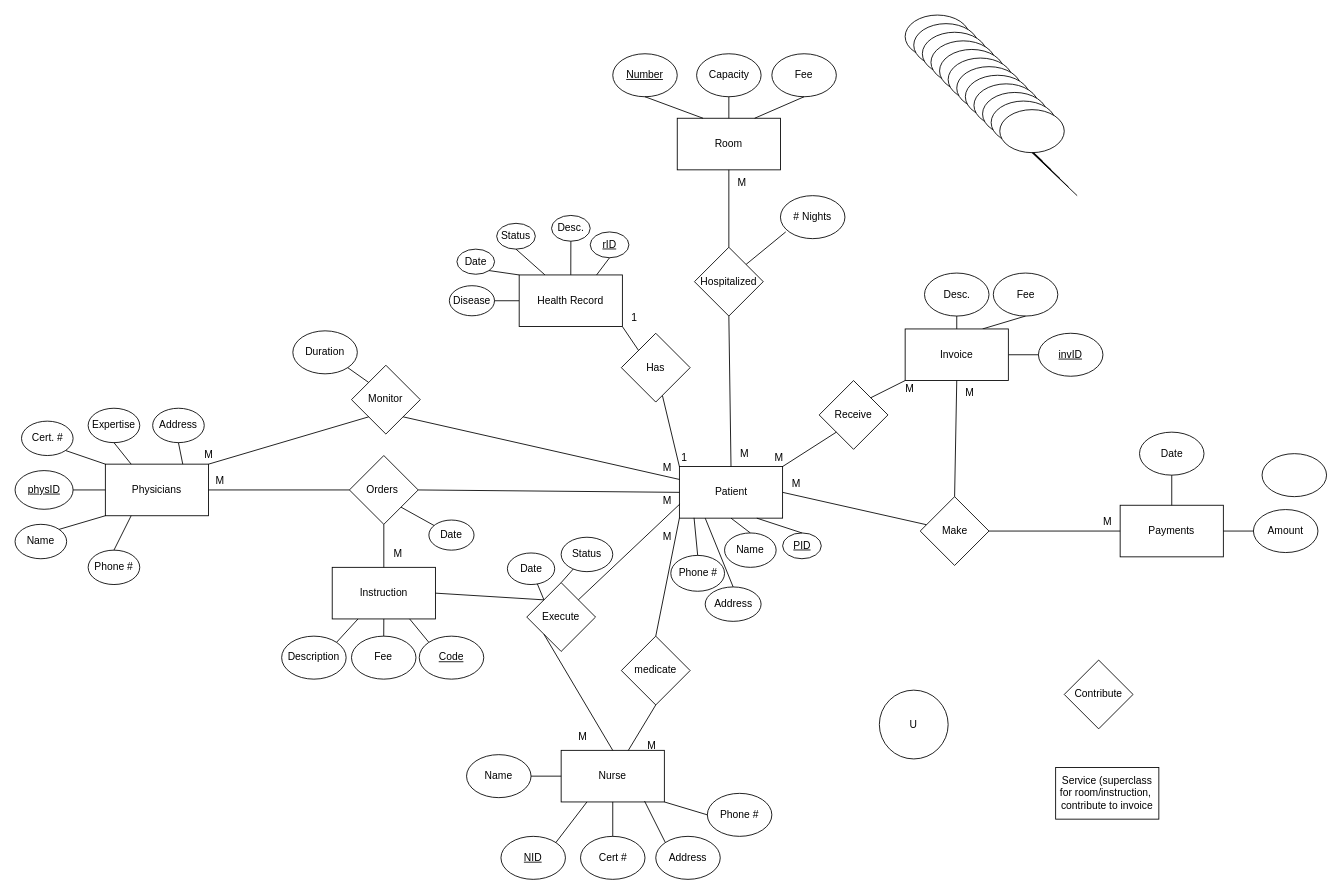
Before: Diagrams/finalERD.drawio in RPetrov453/cs480FinalProject, a draw.io diagram. Source tidied: cells renumbered, new cells numbered last; positions are measured from the earlier drawing's top-left corner, leaving out a move shared by most shapes. Both pictures are drawn from the tidied source at 86%, with x=0, y=0 at pixel (15, 15).
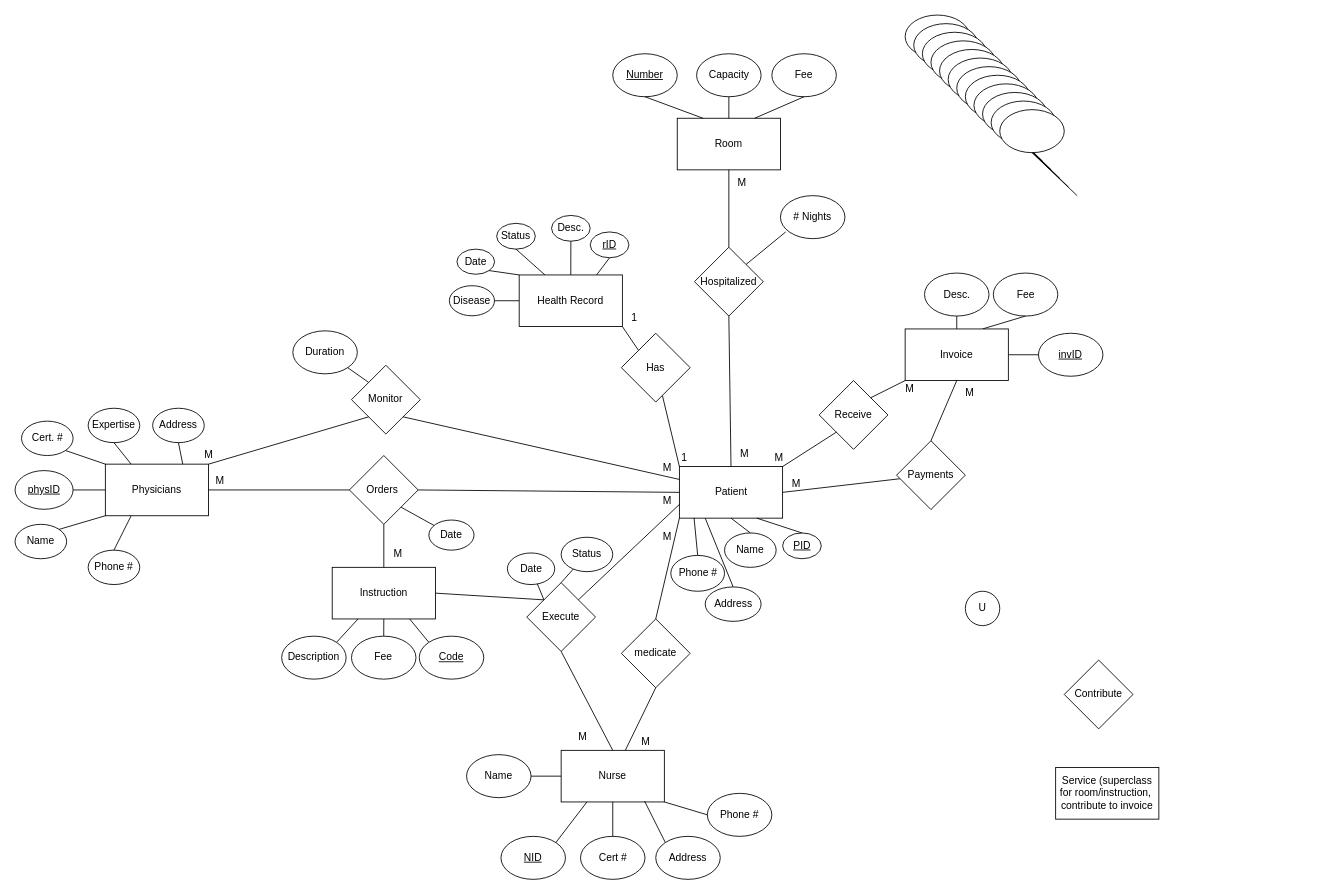
The same diagram, later.

Commit message (it also covers changes not shown here):
ERD just needs invoices tied to room/instruction, starting SQL table creation

Unchanged cells that the change refers to:
```xml
<mxCell id="7" value="Nurse" style="rounded=0;whiteSpace=wrap;html=1;" parent="1" vertex="1">
  <mxGeometry x="635" y="855" width="120" height="60" as="geometry" />
</mxCell>
<mxCell id="143" value="Execute" style="rhombus;whiteSpace=wrap;html=1;" parent="1" vertex="1">
  <mxGeometry x="595" y="660" width="80" height="80" as="geometry" />
</mxCell>
```

Diff of the diagram source:
```diff
@@
-    <mxCell id="5" value="Payments" style="rounded=0;whiteSpace=wrap;html=1;" parent="1" vertex="1">
-      <mxGeometry x="1285" y="570" width="120" height="60" as="geometry" />
-    </mxCell>
@@
-    <mxCell id="11" style="ellipse;whiteSpace=wrap;html=1;" parent="1" vertex="1">
-      <mxGeometry x="1450" y="510" width="75" height="50" as="geometry" />
-    </mxCell>
@@
-    <mxCell id="75" value="Date" style="ellipse;whiteSpace=wrap;html=1;" parent="1" vertex="1">
-      <mxGeometry x="1307.5" y="485" width="75" height="50" as="geometry" />
-    </mxCell>
-    <mxCell id="76" style="endArrow=none;html=1;rounded=0;entryX=0.5;entryY=1;entryDx=0;entryDy=0;exitX=0.5;exitY=0;exitDx=0;exitDy=0;" parent="1" edge="1" source="5" target="75">
-      <mxGeometry relative="1" as="geometry" />
-    </mxCell>
@@
-    <mxCell id="81" value="Amount" style="ellipse;whiteSpace=wrap;html=1;" parent="1" vertex="1">
-      <mxGeometry x="1440" y="575" width="75" height="50" as="geometry" />
-    </mxCell>
-    <mxCell id="82" style="endArrow=none;html=1;rounded=0;entryX=0;entryY=0.5;entryDx=0;entryDy=0;exitX=1;exitY=0.5;exitDx=0;exitDy=0;" parent="1" edge="1" source="5" target="81">
-      <mxGeometry relative="1" as="geometry" />
-    </mxCell>
@@
-    <mxCell id="107" value="Make" style="rhombus;whiteSpace=wrap;html=1;" parent="1" vertex="1">
-      <mxGeometry x="1052.5" y="560" width="80" height="80" as="geometry" />
+    <mxCell id="107" value="Payments" style="rhombus;whiteSpace=wrap;html=1;" parent="1" vertex="1">
+      <mxGeometry x="1025" y="495" width="80" height="80" as="geometry" />
     </mxCell>
-    <mxCell id="108" style="endArrow=none;html=1;rounded=0;entryX=1;entryY=0.5;entryDx=0;entryDy=0;exitX=0;exitY=0.5;exitDx=0;exitDy=0;" parent="1" edge="1" source="5" target="107">
-      <mxGeometry relative="1" as="geometry" />
-    </mxCell>
@@
-    <mxCell id="110" value="M" style="text;html=1;align=center;verticalAlign=middle;strokeColor=none;fillColor=none;" parent="1" vertex="1">
-      <mxGeometry x="1255" y="575" width="30" height="30" as="geometry" />
-    </mxCell>
@@
     <mxCell id="137" value="medicate" style="rhombus;whiteSpace=wrap;html=1;" parent="1" vertex="1">
-      <mxGeometry x="705" y="722.2" width="80" height="80" as="geometry" />
+      <mxGeometry x="705" y="702.2" width="80" height="80" as="geometry" />
     </mxCell>
@@
     <mxCell id="142" value="U" style="ellipse;whiteSpace=wrap;html=1;" parent="1" vertex="1">
-      <mxGeometry x="1005" y="785" width="80" height="80" as="geometry" />
+      <mxGeometry x="1105" y="670" width="40" height="40" as="geometry" />
     </mxCell>
@@
-    <mxCell id="144" style="endArrow=none;html=1;rounded=0;exitX=0.5;exitY=0;exitDx=0;exitDy=0;entryX=0;entryY=1;entryDx=0;entryDy=0;" parent="1" edge="1" source="7" target="143">
+    <mxCell id="144" style="endArrow=none;html=1;rounded=0;exitX=0.5;exitY=0;exitDx=0;exitDy=0;entryX=0.5;entryY=1;entryDx=0;entryDy=0;" parent="1" edge="1" source="7" target="143">
       <mxGeometry relative="1" as="geometry" />
     </mxCell>
@@
     <mxCell id="149" value="M" style="text;html=1;align=center;verticalAlign=middle;strokeColor=none;fillColor=none;" parent="1" vertex="1">
-      <mxGeometry x="725" y="835" width="30" height="30" as="geometry" />
+      <mxGeometry x="717.5" y="830" width="30" height="30" as="geometry" />
     </mxCell>
```
